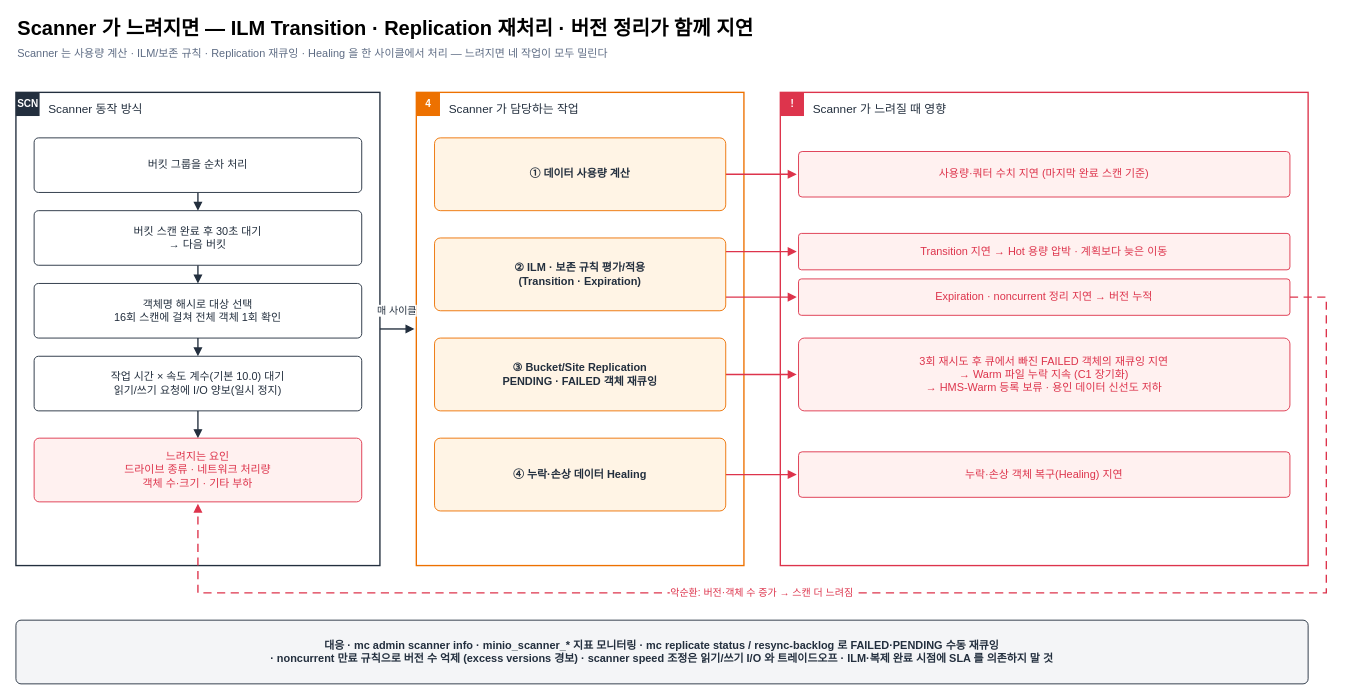
Above: docs/aistor-replication-review/diagrams/06-scanner-impact.drawio in kronenz/fluent-bit (draw.io), before the change. Source tidied: cells renumbered, new cells numbered last; positions are measured from the earlier drawing's top-left corner, leaving out a move shared by most shapes. Both pictures are drawn from the tidied source at 91%, with x=0, y=0 at pixel (15, 15).
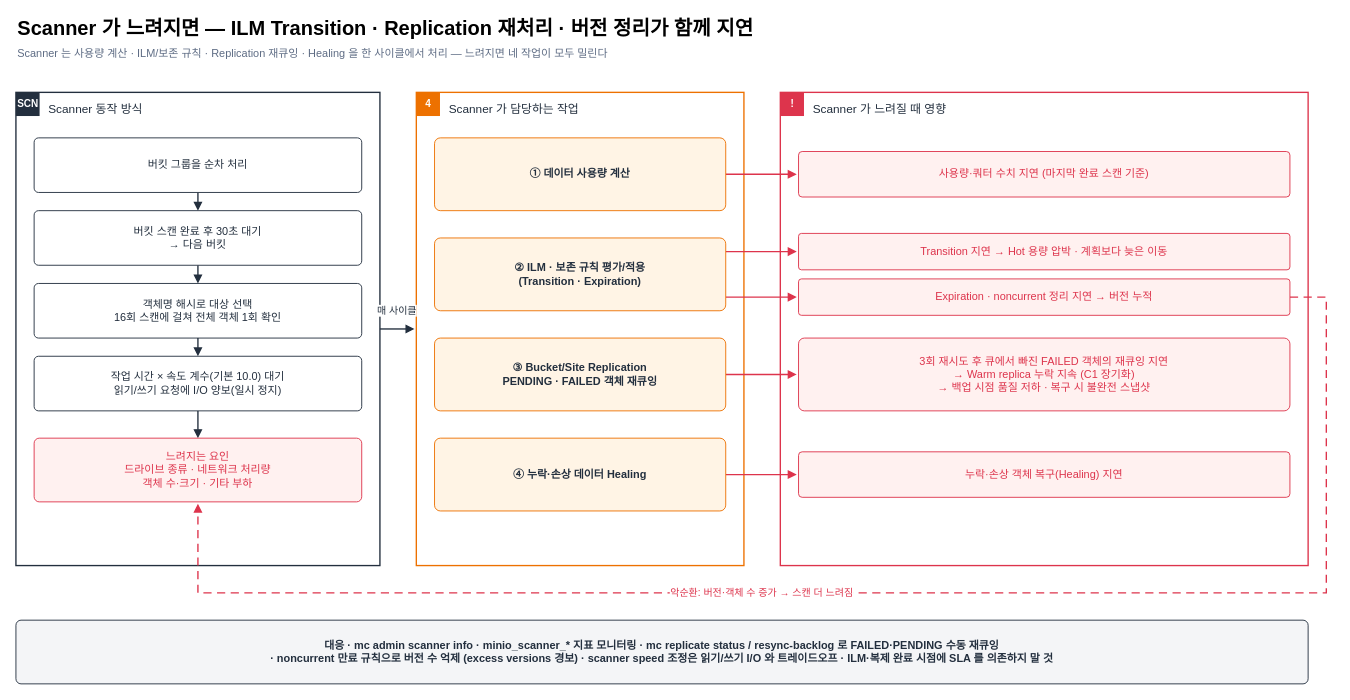
After the change.

The edit, as a diff of the source:
```diff
@@
-    <mxCell id="31" value="3회 재시도 후 큐에서 빠진 FAILED 객체의 재큐잉 지연&lt;br&gt;→ Warm 파일 누락 지속 (C1 장기화)&lt;br&gt;→ HMS-Warm 등록 보류 · 용인 데이터 신선도 저하" style="rounded=1;arcSize=8;whiteSpace=wrap;html=1;fillColor=#FFF1F0;strokeColor=#DD344C;fontSize=12;fontColor=#DD344C;fontStyle=0;align=center;spacing=6;" parent="1" vertex="1">
+    <mxCell id="31" value="3회 재시도 후 큐에서 빠진 FAILED 객체의 재큐잉 지연&lt;br&gt;→ Warm replica 누락 지속 (C1 장기화)&lt;br&gt;→ 백업 시점 품질 저하 · 복구 시 불완전 스냅샷" style="rounded=1;arcSize=8;whiteSpace=wrap;html=1;fillColor=#FFF1F0;strokeColor=#DD344C;fontSize=12;fontColor=#DD344C;fontStyle=0;align=center;spacing=6;" parent="1" vertex="1">
       <mxGeometry x="860" y="354" width="540" height="80" as="geometry" />
     </mxCell>
```
